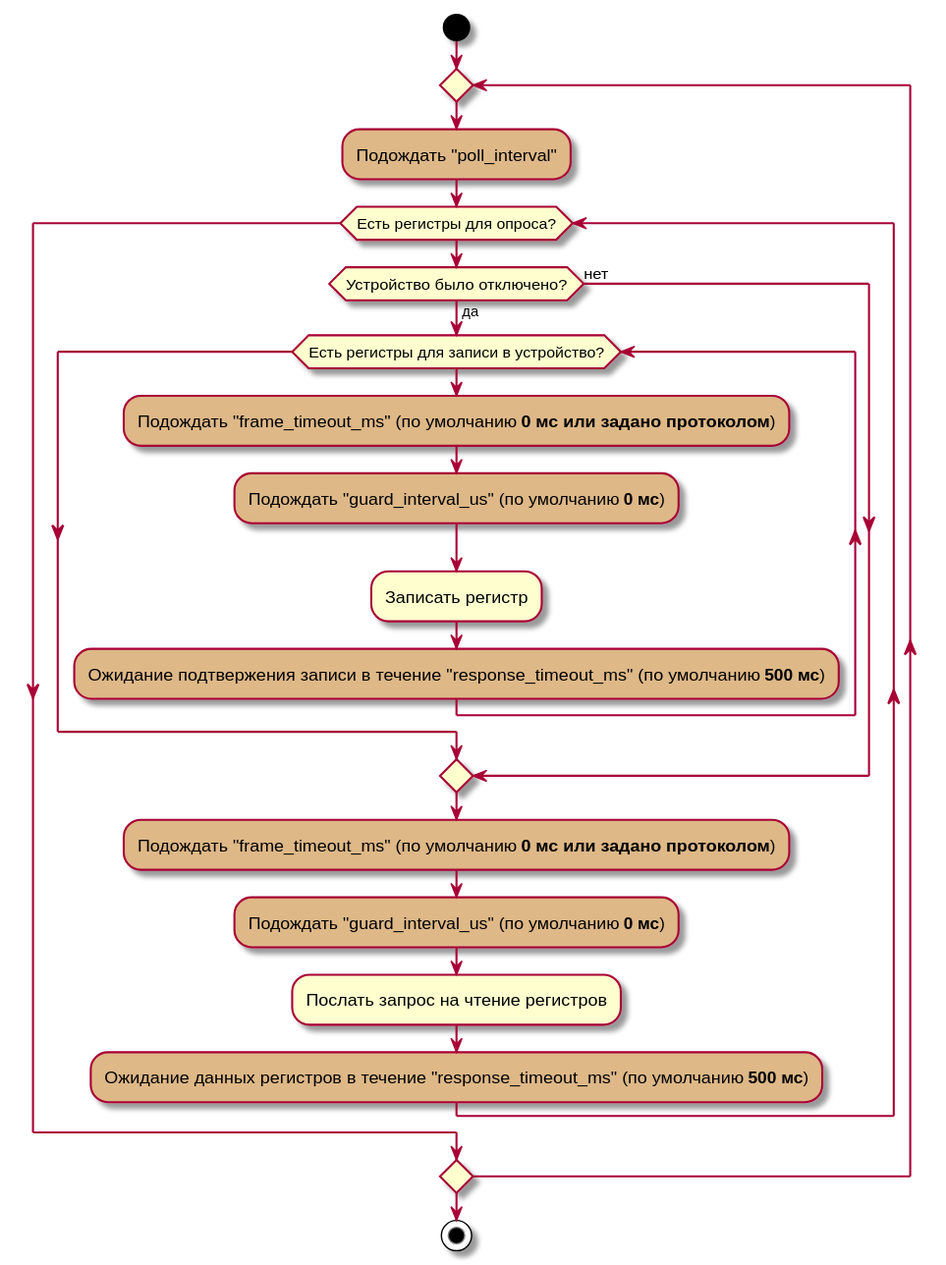
The PlantUML diagram doc/timeouts.svg in wirenboard/wb-mqtt-serial, before a commit. Source of this version:
```plantuml
@startuml RequestTimeouts

start

repeat
    #BurlyWood :Подождать "poll_interval";
    while (Есть регистры для опроса?)
        if (Устройство было отключено?) then (да)
            while (Есть регистры для записи в устройство?)
                #BurlyWood :Подождать "frame_timeout_ms" (по умолчанию **0 мс или задано протоколом**);
                #BurlyWood :Подождать "guard_interval_us" (по умолчанию **0 мс**);
                :Записать регистр;
                #BurlyWood :Ожидание подтвержения записи в течение "response_timeout_ms" (по умолчанию **500 мс**);
            endwhile
        else (нет)
        endif
        #BurlyWood :Подождать "frame_timeout_ms" (по умолчанию **0 мс или задано протоколом**);
        #BurlyWood :Подождать "guard_interval_us" (по умолчанию **0 мс**);
        :Послать запрос на чтение регистров;
        #BurlyWood :Ожидание данных регистров в течение "response_timeout_ms" (по умолчанию **500 мс**);
    endwhile
repeat while ()

stop

@enduml
```
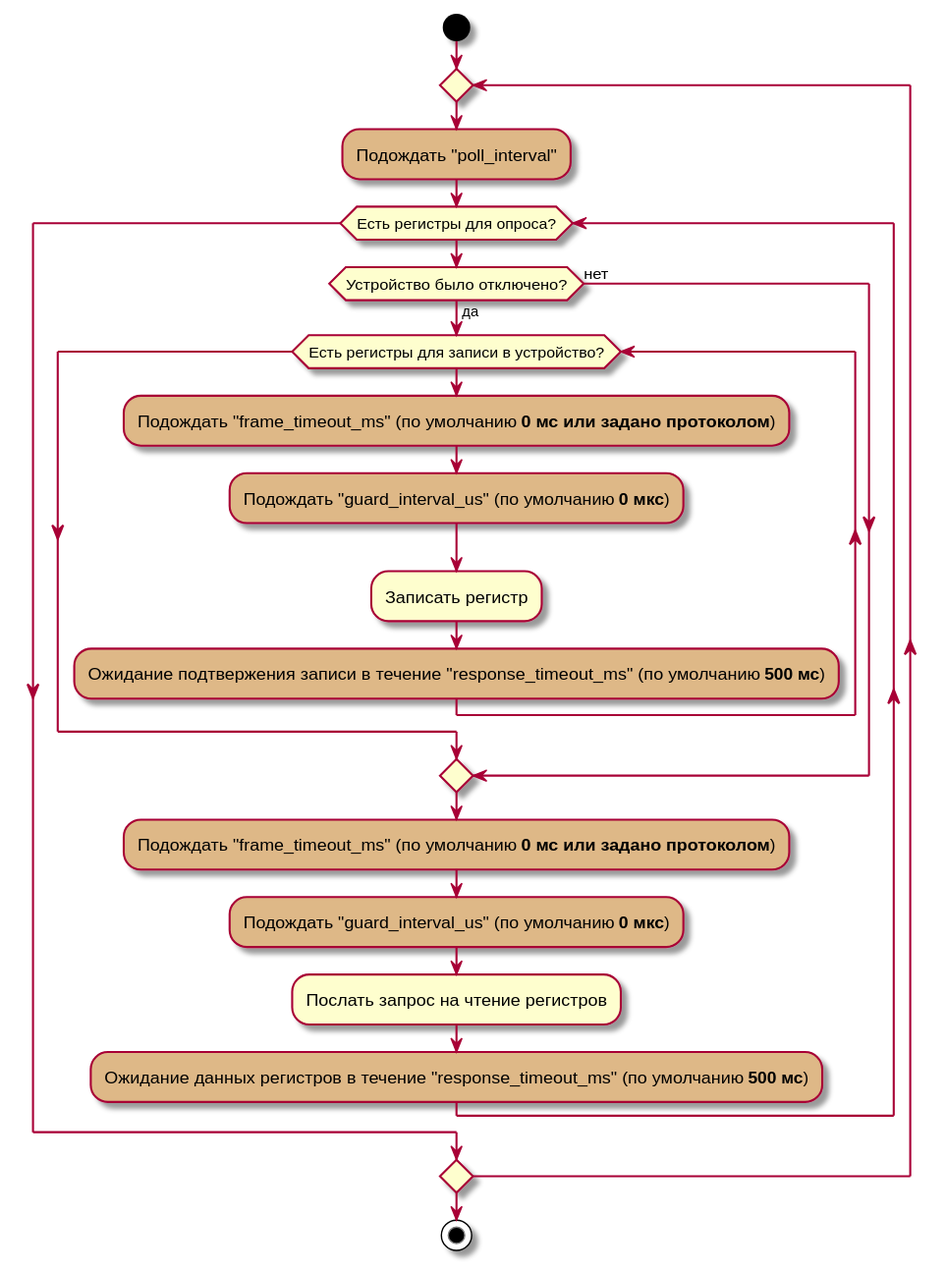
Above is the later version.

Change to the diagram source:
```diff
@@ -1,4 +1,4 @@
-@startuml RequestTimeouts
+@startuml Timeouts
 
 start
 
@@ -8,14 +8,14 @@
         if (Устройство было отключено?) then (да)
             while (Есть регистры для записи в устройство?)
                 #BurlyWood :Подождать "frame_timeout_ms" (по умолчанию **0 мс или задано протоколом**);
-                #BurlyWood :Подождать "guard_interval_us" (по умолчанию **0 мс**);
+                #BurlyWood :Подождать "guard_interval_us" (по умолчанию **0 мкс**);
                 :Записать регистр;
                 #BurlyWood :Ожидание подтвержения записи в течение "response_timeout_ms" (по умолчанию **500 мс**);
             endwhile
         else (нет)
         endif
         #BurlyWood :Подождать "frame_timeout_ms" (по умолчанию **0 мс или задано протоколом**);
-        #BurlyWood :Подождать "guard_interval_us" (по умолчанию **0 мс**);
+        #BurlyWood :Подождать "guard_interval_us" (по умолчанию **0 мкс**);
         :Послать запрос на чтение регистров;
         #BurlyWood :Ожидание данных регистров в течение "response_timeout_ms" (по умолчанию **500 мс**);
     endwhile
```
